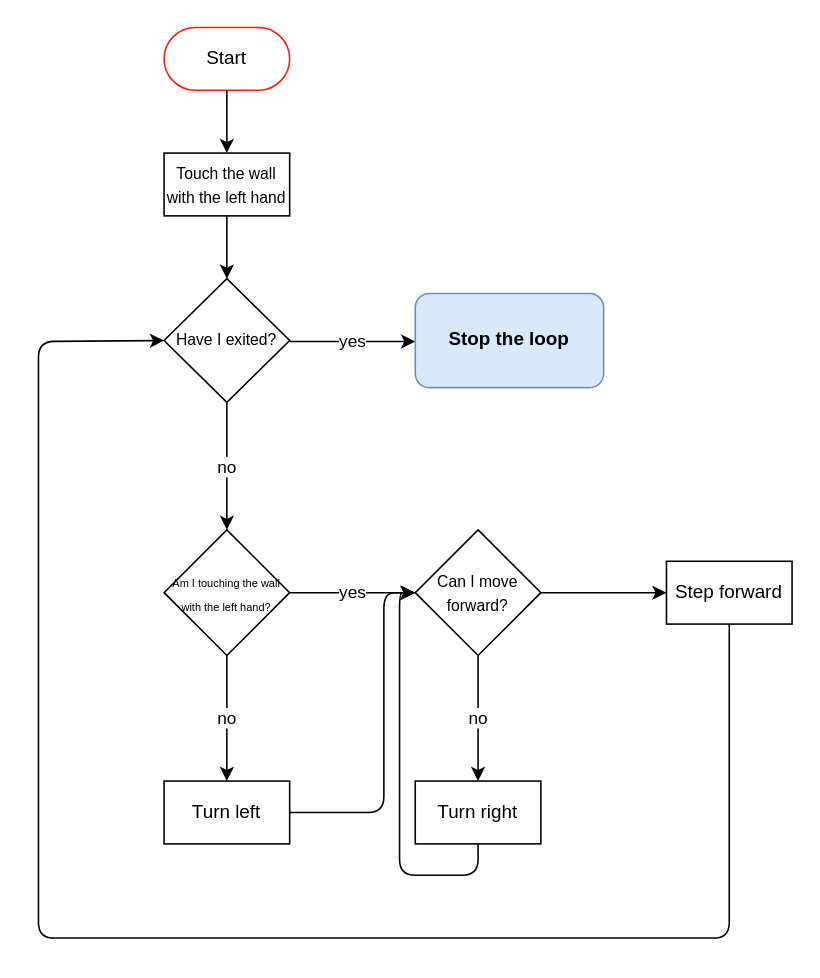
Above: first lecture block schemes/labyrinth.drawio in yourenoticed/gb (draw.io), before the change. Source tidied: cells renumbered, new cells numbered last; positions are measured from the earlier drawing's top-left corner, leaving out a move shared by most shapes. Both pictures are drawn from the tidied source at 157%, with x=0, y=0 at pixel (38, 27).
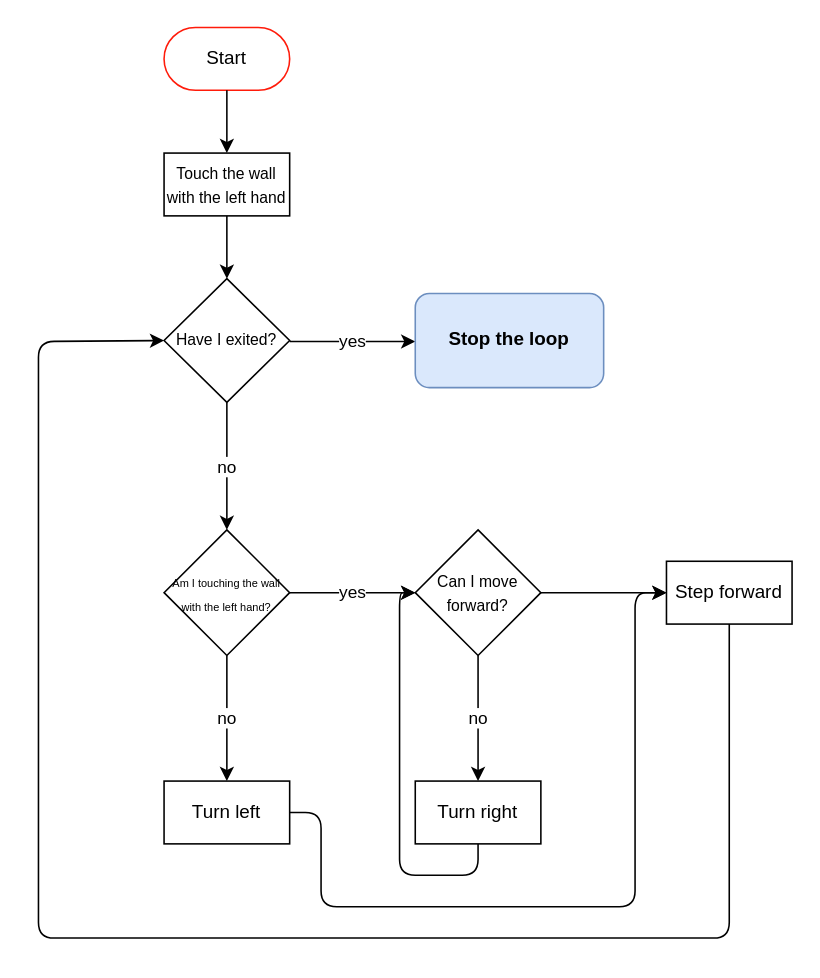
The same diagram, later.

Commit message:
logical mistake correction

The change refers to these unchanged cells:
```xml
<mxCell id="12" value="Turn left" style="whiteSpace=wrap;html=1;" parent="1" vertex="1">
  <mxGeometry x="80" y="480" width="80" height="40" as="geometry" />
</mxCell>
<mxCell id="15" value="&lt;font style=&quot;font-size: 10px;&quot;&gt;Can I move forward?&lt;/font&gt;" style="rhombus;whiteSpace=wrap;html=1;" parent="1" vertex="1">
  <mxGeometry x="240" y="320" width="80" height="80" as="geometry" />
</mxCell>
<mxCell id="18" value="Step forward" style="whiteSpace=wrap;html=1;" parent="1" vertex="1">
  <mxGeometry x="400" y="340" width="80" height="40" as="geometry" />
</mxCell>
```

Change to the diagram source:
```diff
@@
-    <mxCell id="16" style="endArrow=classic;html=1;rounded=1;exitX=1;exitY=0.5;exitDx=0;exitDy=0;entryX=-0.007;entryY=0.5;entryDx=0;entryDy=0;entryPerimeter=0;edgeStyle=orthogonalEdgeStyle;elbow=vertical;" parent="1" edge="1" source="12" target="15">
+    <mxCell id="16" style="endArrow=classic;html=1;rounded=1;edgeStyle=orthogonalEdgeStyle;elbow=vertical;entryX=0;entryY=0.5;entryDx=0;entryDy=0;" parent="1" edge="1" target="18">
       <mxGeometry relative="1" as="geometry">
+        <mxPoint x="160" y="500" as="sourcePoint" />
         <Array as="points">
-          <mxPoint x="220" y="500" />
-          <mxPoint x="220" y="360" />
+          <mxPoint x="180" y="500" />
+          <mxPoint x="180" y="560" />
+          <mxPoint x="380" y="560" />
+          <mxPoint x="380" y="360" />
         </Array>
       </mxGeometry>
     </mxCell>
```
